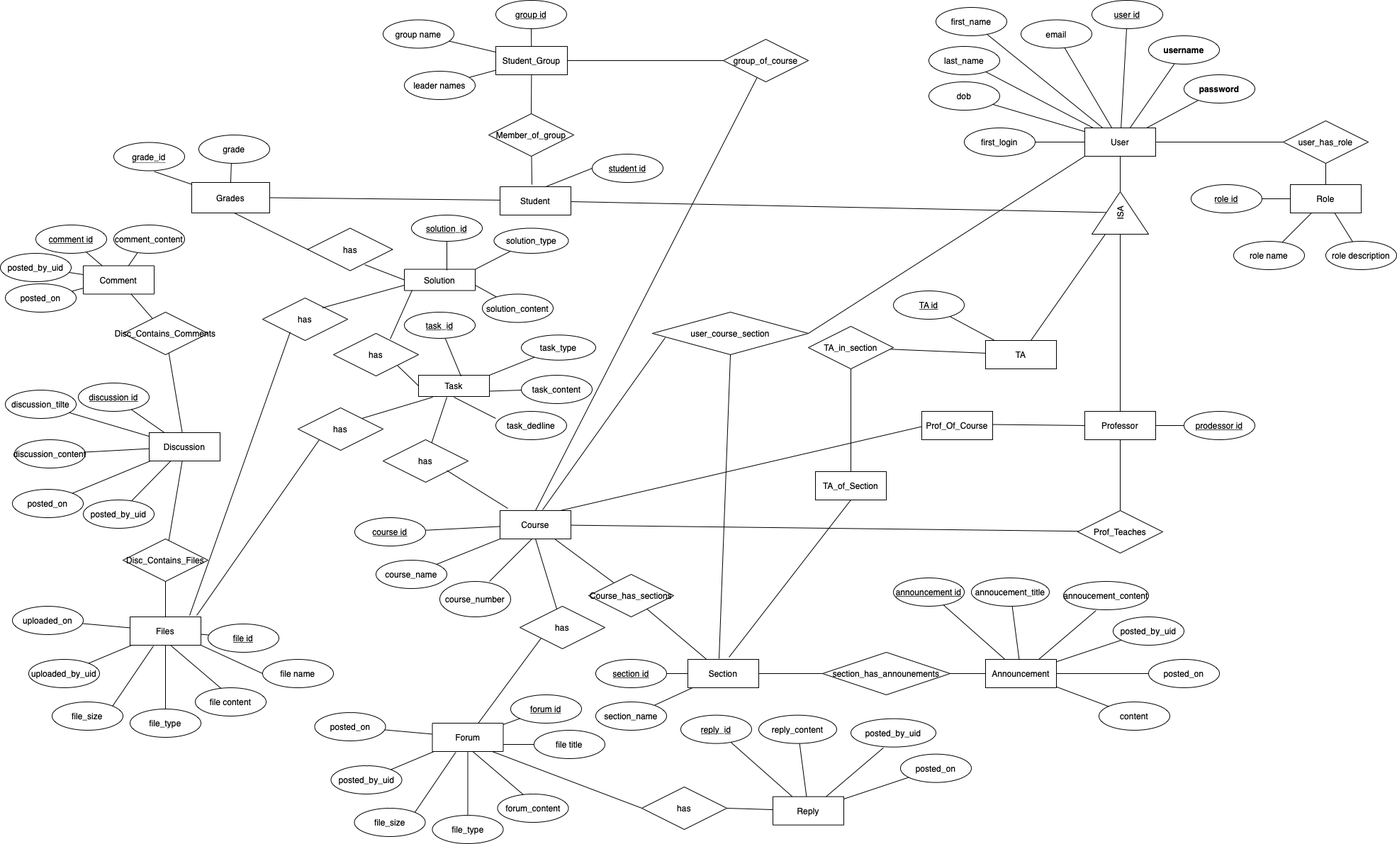
Before: ERD RS/old files/ProjectERD_final.drawio.png, a diagram exported from draw.io (mikepoullas/COMP5531_GROUP_4_Winter_2022). Source tidied: cells renumbered, new cells last; positions are measured from the earlier drawing's top-left corner, leaving out a move shared by most shapes.
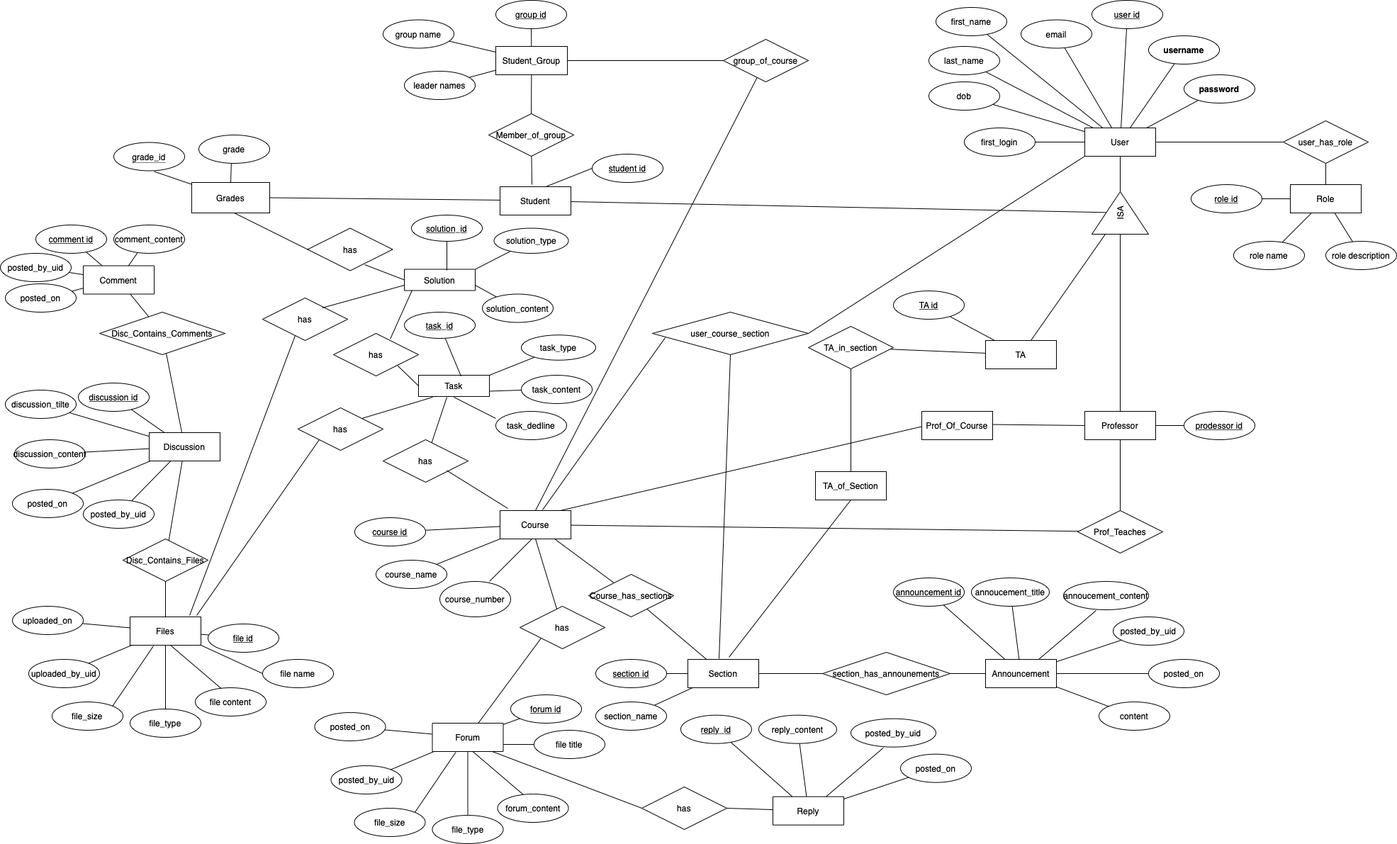
The same file after the commit.

What changed in the source:
```diff
@@ -239,7 +239,7 @@
       <mxGeometry relative="1" as="geometry" />
     </mxCell>
     <mxCell id="80" value="Disc_Contains_Comments" style="shape=rhombus;perimeter=rhombusPerimeter;whiteSpace=wrap;html=1;align=center;" parent="1" vertex="1">
-      <mxGeometry x="173" y="440" width="120" height="60" as="geometry" />
+      <mxGeometry x="140" y="440" width="177" height="60" as="geometry" />
     </mxCell>
     <mxCell id="81" style="endArrow=none;html=1;rounded=0;" parent="1" edge="1" source="8" target="80">
       <mxGeometry relative="1" as="geometry" />
@@ -545,10 +545,8 @@
     <mxCell id="172" style="endArrow=none;html=1;rounded=0;exitX=0.7;exitY=0.233;exitDx=0;exitDy=0;entryX=0;entryY=0.75;entryDx=0;entryDy=0;exitPerimeter=0;" parent="1" edge="1" source="171" target="139">
       <mxGeometry relative="1" as="geometry" />
     </mxCell>
-    <mxCell id="173" style="endArrow=none;html=1;rounded=0;exitX=0.84;exitY=-0.05;exitDx=0;exitDy=0;entryX=0;entryY=0.75;entryDx=0;entryDy=0;exitPerimeter=0;" parent="1" edge="1" source="10">
-      <mxGeometry relative="1" as="geometry">
-        <mxPoint x="409" y="468" as="targetPoint" />
-      </mxGeometry>
+    <mxCell id="173" style="endArrow=none;html=1;rounded=0;exitX=0.84;exitY=-0.05;exitDx=0;exitDy=0;entryX=0.383;entryY=0.883;entryDx=0;entryDy=0;exitPerimeter=0;entryPerimeter=0;" parent="1" edge="1" source="10" target="171">
+      <mxGeometry relative="1" as="geometry" />
     </mxCell>
     <mxCell id="174" value="has" style="shape=rhombus;perimeter=rhombusPerimeter;whiteSpace=wrap;html=1;align=center;" parent="1" vertex="1">
       <mxGeometry x="420" y="575" width="120" height="60" as="geometry" />
```
